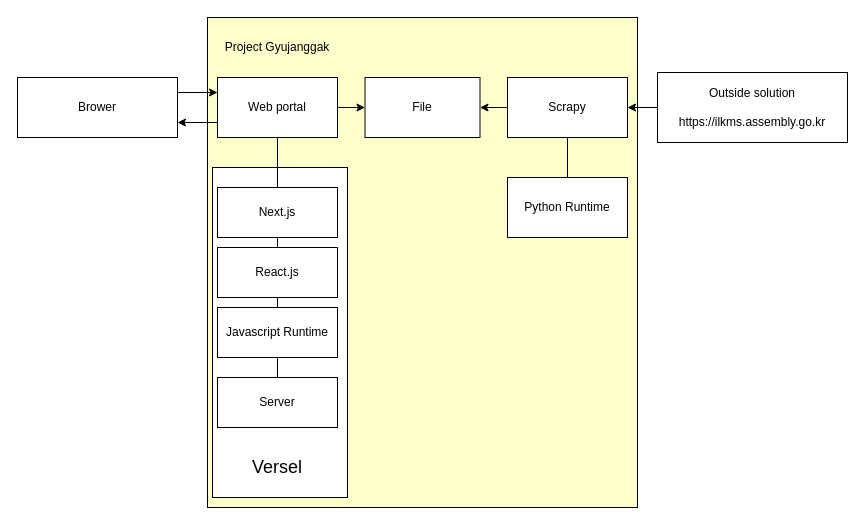
Earlier version of the draw.io diagram page "Search Engine" (1 of 2) of architecture/gyujanggakHLA.drawio (YongwoonJang/gyujanggak). Source tidied: cells renumbered, new cells numbered last; positions are measured from the earlier drawing's top-left corner, leaving out a move shared by most shapes. Both pictures are drawn from the tidied source at 100%, with x=0, y=0 at pixel (17, 17).
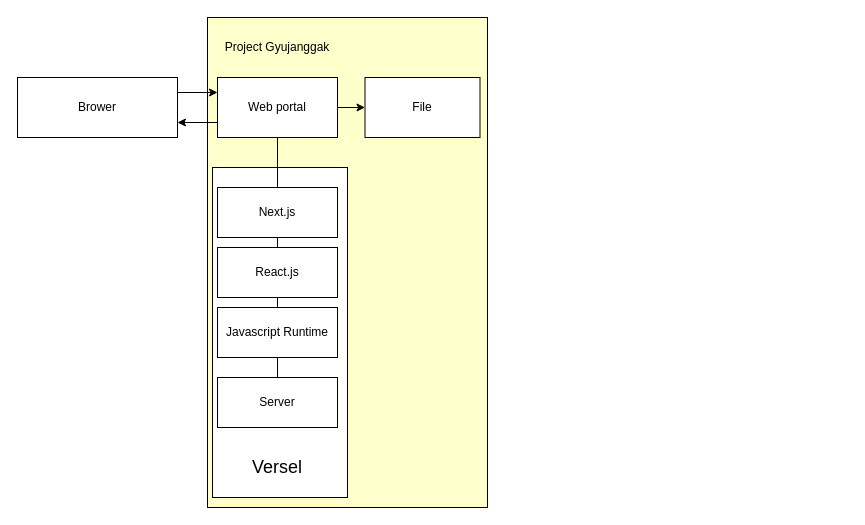
The same page after the edit.

The change refers to these unchanged cells:
```xml
<mxCell id="7" style="rounded=0;whiteSpace=wrap;html=1;" parent="1" vertex="1">
  <mxGeometry x="347.5" y="60" width="115" height="60" as="geometry" />
</mxCell>
```

What changed in the source:
```diff
@@
     <mxCell id="2" style="rounded=0;whiteSpace=wrap;html=1;fillColor=#FFFFCC;" parent="1" vertex="1">
-      <mxGeometry x="190" width="430" height="490" as="geometry" />
+      <mxGeometry x="190" width="280" height="490" as="geometry" />
     </mxCell>
@@
-    <mxCell id="8" style="edgeStyle=orthogonalEdgeStyle;rounded=0;jettySize=auto;html=1;exitX=0;exitY=0.5;exitDx=0;exitDy=0;entryX=1;entryY=0.5;entryDx=0;entryDy=0;" parent="1" edge="1" source="9" target="7">
-      <mxGeometry relative="1" as="geometry" />
-    </mxCell>
-    <mxCell id="9" value="Scrapy" style="rounded=0;whiteSpace=wrap;html=1;" parent="1" vertex="1">
-      <mxGeometry x="490" y="60" width="120" height="60" as="geometry" />
-    </mxCell>
@@
-    <mxCell id="11" value="Python Runtime" style="rounded=0;whiteSpace=wrap;html=1;" parent="1" vertex="1">
-      <mxGeometry x="490" y="160" width="120" height="60" as="geometry" />
-    </mxCell>
@@
-    <mxCell id="17" style="endArrow=none;html=1;entryX=0.5;entryY=1;entryDx=0;entryDy=0;" parent="1" edge="1" target="9">
-      <mxGeometry relative="1" as="geometry">
-        <mxPoint x="550" y="160" as="sourcePoint" />
-      </mxGeometry>
-    </mxCell>
@@
-    <mxCell id="19" style="edgeStyle=orthogonalEdgeStyle;rounded=0;jettySize=auto;html=1;entryX=1;entryY=0.5;entryDx=0;entryDy=0;" parent="1" edge="1" source="20" target="9">
-      <mxGeometry relative="1" as="geometry" />
-    </mxCell>
-    <mxCell id="20" value="Outside solution&lt;br&gt;&lt;br&gt;https://ilkms.assembly.go.kr" style="rounded=0;whiteSpace=wrap;html=1;" parent="1" vertex="1">
-      <mxGeometry x="640" y="55" width="190" height="70" as="geometry" />
-    </mxCell>
```
